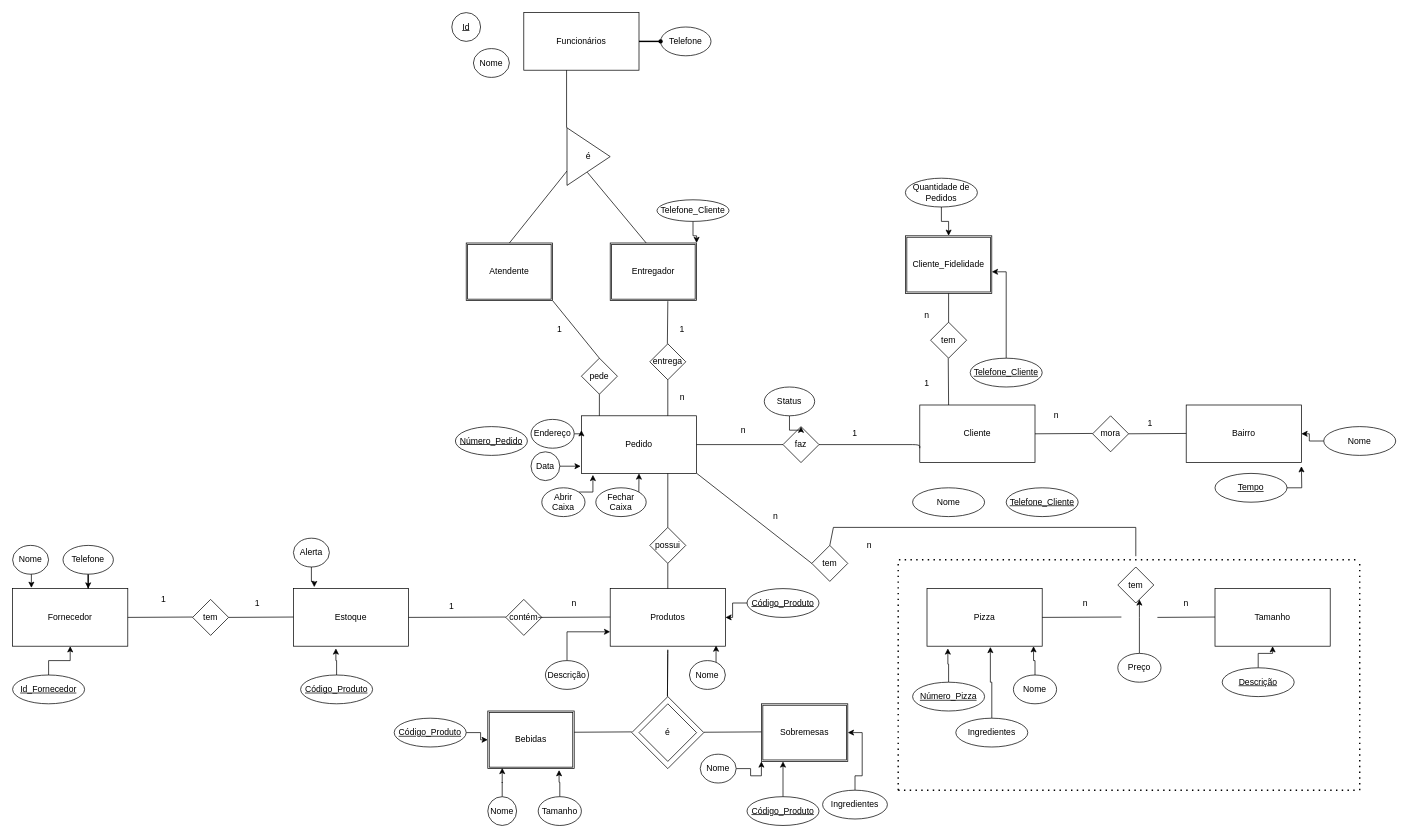
The draw.io diagram MER APSBD1.drawio in yangsouza/BD1, before the edit. Source tidied: cells renumbered, new cells numbered last; positions are measured from the earlier drawing's top-left corner, leaving out a move shared by most shapes. Both pictures are drawn from the tidied source at 72%, with x=0, y=0 at pixel (12, 12).
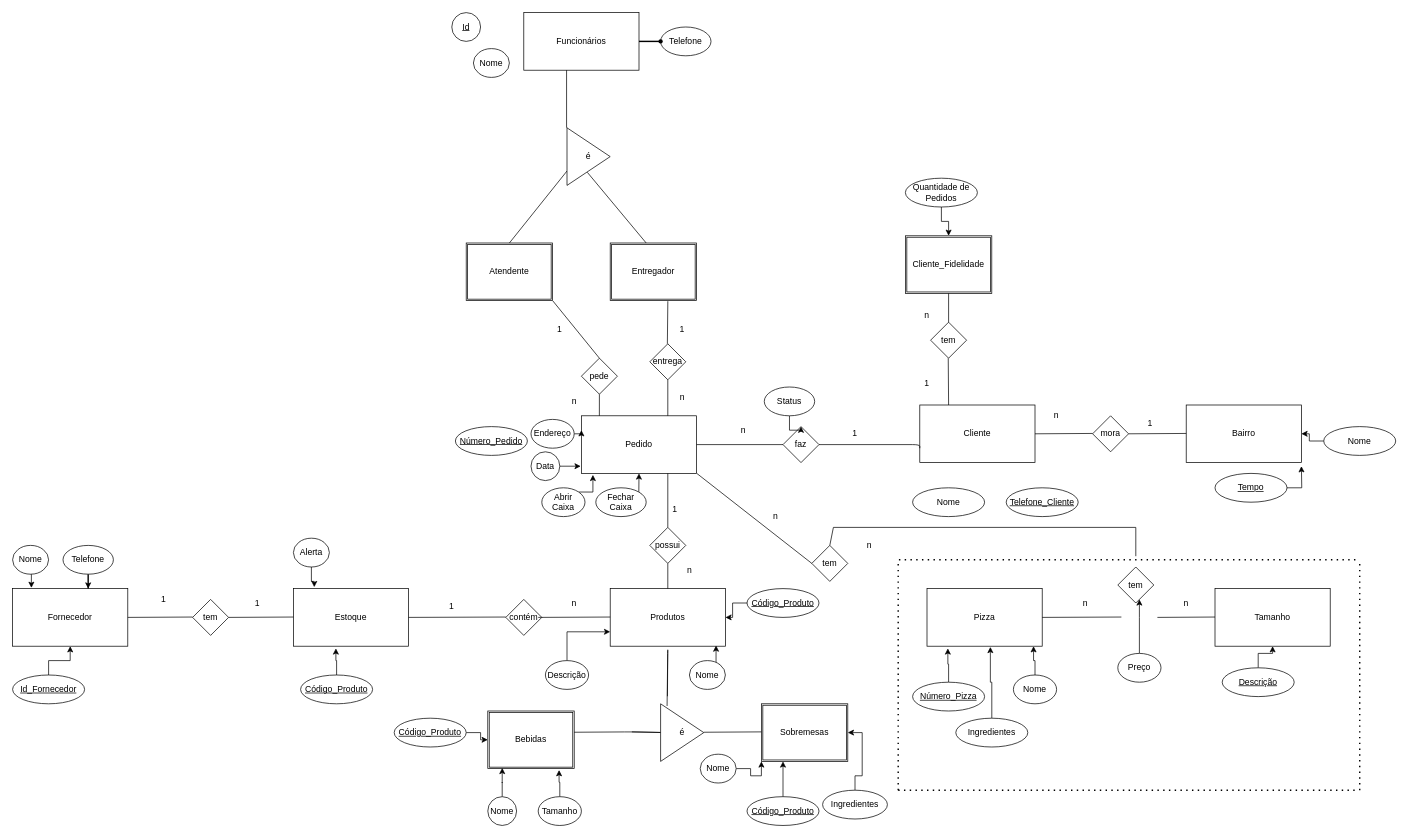
After the change.

The change refers to these unchanged cells:
```xml
<mxCell id="4" value="Entregador" style="shape=ext;double=1;rounded=0;whiteSpace=wrap;html=1;" parent="1" vertex="1">
  <mxGeometry x="830" y="320" width="120" height="80" as="geometry" />
</mxCell>
<mxCell id="29" value="Cliente_Fidelidade" style="shape=ext;double=1;rounded=0;whiteSpace=wrap;html=1;" parent="1" vertex="1">
  <mxGeometry x="1240" y="310" width="120" height="80" as="geometry" />
</mxCell>
```

Diff of the diagram source:
```diff
@@
-    <mxCell id="23" style="edgeStyle=orthogonalEdgeStyle;rounded=0;jettySize=auto;html=1;entryX=1;entryY=0;entryDx=0;entryDy=0;" parent="1" edge="1" source="24" target="4">
-      <mxGeometry relative="1" as="geometry" />
-    </mxCell>
-    <mxCell id="24" value="Telefone_Cliente" style="ellipse;whiteSpace=wrap;html=1;align=center;" parent="1" vertex="1">
-      <mxGeometry x="895" y="260" width="100" height="30" as="geometry" />
-    </mxCell>
@@
-    <mxCell id="30" style="edgeStyle=orthogonalEdgeStyle;rounded=0;jettySize=auto;html=1;" parent="1" edge="1" source="31" target="29">
-      <mxGeometry relative="1" as="geometry">
-        <Array as="points">
-          <mxPoint x="1380" y="360" />
-        </Array>
-      </mxGeometry>
-    </mxCell>
-    <mxCell id="31" value="Telefone_Cliente" style="ellipse;whiteSpace=wrap;html=1;align=center;fontStyle=4;" parent="1" vertex="1">
-      <mxGeometry x="1330" y="480" width="100" height="40" as="geometry" />
-    </mxCell>
@@
-    <mxCell id="87" value="é" style="rhombus;whiteSpace=wrap;html=1;" parent="1" vertex="1">
-      <mxGeometry x="870" y="960" width="80" height="80" as="geometry" />
-    </mxCell>
-    <mxCell id="88" style="endArrow=none;html=1;" parent="1" edge="1">
-      <mxGeometry relative="1" as="geometry">
-        <mxPoint x="910" y="1050" as="sourcePoint" />
-        <mxPoint x="860" y="1000" as="targetPoint" />
-      </mxGeometry>
-    </mxCell>
-    <mxCell id="89" style="endArrow=none;html=1;" parent="1" edge="1">
-      <mxGeometry relative="1" as="geometry">
-        <mxPoint x="960" y="1000" as="sourcePoint" />
-        <mxPoint x="910" y="950" as="targetPoint" />
-      </mxGeometry>
-    </mxCell>
-    <mxCell id="90" style="endArrow=none;html=1;" parent="1" edge="1">
-      <mxGeometry relative="1" as="geometry">
-        <mxPoint x="960" y="1000" as="sourcePoint" />
-        <mxPoint x="910" y="1050" as="targetPoint" />
-      </mxGeometry>
-    </mxCell>
-    <mxCell id="91" style="endArrow=none;html=1;" parent="1" edge="1">
-      <mxGeometry relative="1" as="geometry">
-        <mxPoint x="910" y="950" as="sourcePoint" />
-        <mxPoint x="860" y="1000" as="targetPoint" />
-      </mxGeometry>
-    </mxCell>
     <mxCell id="92" style="endArrow=none;html=1;exitX=0;exitY=0.5;exitDx=0;exitDy=0;" parent="1" edge="1">
       <mxGeometry relative="1" as="geometry">
         <mxPoint x="860" y="999" as="sourcePoint" />
         <mxPoint x="780" y="999.5" as="targetPoint" />
         <Array as="points">
+          <mxPoint x="910" y="1000" />
           <mxPoint x="860" y="999" />
         </Array>
       </mxGeometry>
     </mxCell>
@@
-    <mxCell id="100" style="endArrow=none;html=1;" parent="1" edge="1">
+    <mxCell id="100" style="endArrow=none;html=1;exitX=0.15;exitY=0.038;exitDx=0;exitDy=0;exitPerimeter=0;" parent="1" edge="1" source="87">
       <mxGeometry relative="1" as="geometry">
-        <mxPoint x="909.5" y="950" as="sourcePoint" />
         <mxPoint x="909.5" y="949.5" as="targetPoint" />
         <Array as="points">
           <mxPoint x="910" y="880" />
         </Array>
       </mxGeometry>
     </mxCell>
@@
+    <mxCell id="148" value="1" style="text;html=1;strokeColor=none;fillColor=none;align=center;verticalAlign=middle;whiteSpace=wrap;rounded=0;" parent="1" vertex="1">
+      <mxGeometry x="900" y="680" width="40" height="20" as="geometry" />
+    </mxCell>
+    <mxCell id="149" value="n" style="text;html=1;align=center;verticalAlign=middle;strokeColor=none;" parent="1" vertex="1">
+      <mxGeometry x="930" y="765" width="20" height="20" as="geometry" />
+    </mxCell>
+    <mxCell id="87" value="é" style="triangle;whiteSpace=wrap;html=1;" parent="1" vertex="1">
+      <mxGeometry x="900" y="960" width="60" height="80" as="geometry" />
+    </mxCell>
+    <mxCell id="150" value="n" style="text;html=1;align=center;verticalAlign=middle;strokeColor=none;rounded=0;" parent="1" vertex="1">
+      <mxGeometry x="770" y="530" width="20" height="20" as="geometry" />
+    </mxCell>
```
